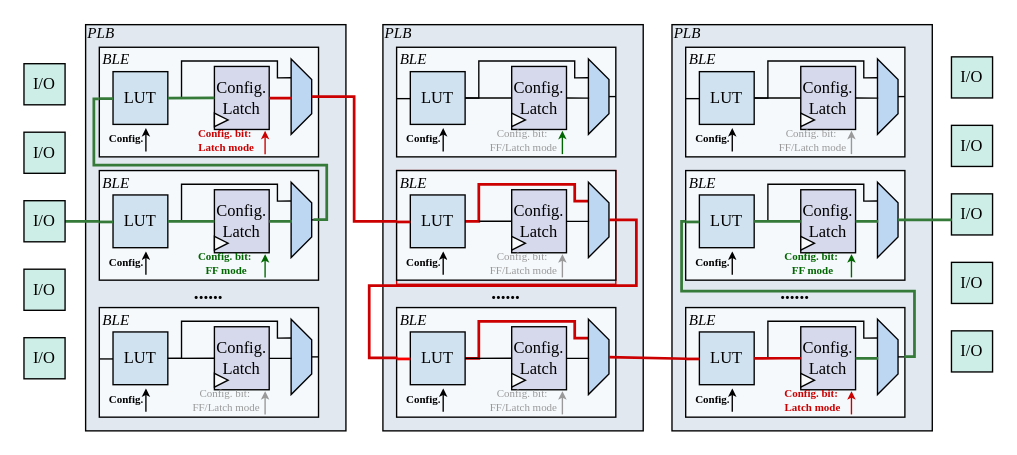
Before: CriticalPath.drawio in kxzhu0505/TIRL, a draw.io diagram. Source tidied: cells renumbered, new cells numbered last; positions are measured from the earlier drawing's top-left corner, leaving out a move shared by most shapes. Both pictures are drawn from the tidied source at 137%, with x=0, y=0 at pixel (23, 25).
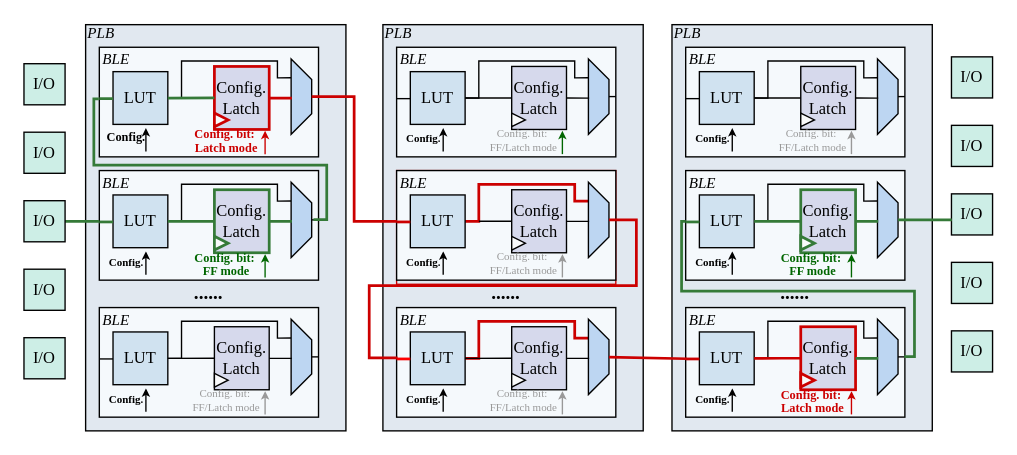
The same page after the edit.

The change refers to these unchanged cells:
```xml
<mxCell id="2" style="group;" parent="1" vertex="1">
  <mxGeometry x="55" y="16" width="180" height="280" as="geometry" />
</mxCell>
<mxCell id="21" style="group;" parent="1" vertex="1">
  <mxGeometry x="55" y="106" width="160" height="83" as="geometry" />
</mxCell>
<mxCell id="122" style="group;" parent="1" vertex="1">
  <mxGeometry x="483" y="106" width="160" height="83" as="geometry" />
</mxCell>
<mxCell id="138" style="group;" parent="1" vertex="1">
  <mxGeometry x="483" y="206" width="160" height="83" as="geometry" />
</mxCell>
```

What changed in the source:
```diff
@@
-    <mxCell id="7" value="&lt;font face=&quot;Times New Roman&quot;&gt;Config.&lt;/font&gt;&lt;div&gt;&lt;font face=&quot;Times New Roman&quot;&gt;Latch&lt;/font&gt;&lt;/div&gt;" style="rounded=0;whiteSpace=wrap;html=1;fillColor=#D6D9EC;" parent="2" vertex="1">
+    <mxCell id="7" value="&lt;font face=&quot;Times New Roman&quot;&gt;Config.&lt;/font&gt;&lt;div&gt;&lt;font face=&quot;Times New Roman&quot;&gt;Latch&lt;/font&gt;&lt;/div&gt;" style="rounded=0;whiteSpace=wrap;html=1;fillColor=#D6D9EC;strokeColor=#CC0000;strokeWidth=2;" parent="2" vertex="1">
       <mxGeometry x="84" y="14" width="40" height="46" as="geometry" />
     </mxCell>
@@
-    <mxCell id="11" style="triangle;whiteSpace=wrap;html=1;strokeWidth=1;fillColor=light-dark(#f9fafb, #1d293b);strokeColor=#000000;fontFamily=Times New Roman;" parent="2" vertex="1">
+    <mxCell id="11" style="triangle;whiteSpace=wrap;html=1;strokeWidth=2;fillColor=light-dark(#f9fafb, #1d293b);strokeColor=#CC0000;fontFamily=Times New Roman;" parent="2" vertex="1">
       <mxGeometry x="84" y="48" width="10" height="10" as="geometry" />
     </mxCell>
@@
-    <mxCell id="13" value="&lt;div style=&quot;line-height: 80%;&quot;&gt;&lt;font face=&quot;Times New Roman&quot; style=&quot;line-height: 80%; font-size: 8px; color: rgb(204, 0, 0);&quot;&gt;&lt;b style=&quot;&quot;&gt;Config. bit:&amp;nbsp;&lt;/b&gt;&lt;/font&gt;&lt;div&gt;&lt;span style=&quot;font-family: &amp;quot;Times New Roman&amp;quot;; background-color: transparent; line-height: 80%;&quot;&gt;&lt;font style=&quot;font-size: 8px; color: rgb(204, 0, 0);&quot;&gt;&lt;b style=&quot;&quot;&gt;Latch mode&lt;/b&gt;&lt;/font&gt;&lt;/span&gt;&lt;/div&gt;&lt;/div&gt;" style="text;html=1;align=center;verticalAlign=middle;whiteSpace=wrap;rounded=0;" parent="2" vertex="1">
-      <mxGeometry x="53" y="53" width="80" height="30" as="geometry" />
+    <mxCell id="13" value="&lt;div style=&quot;line-height: 80%;&quot;&gt;&lt;font face=&quot;Times New Roman&quot; style=&quot;line-height: 80%; color: rgb(204, 0, 0); font-size: 9px;&quot;&gt;&lt;b style=&quot;&quot;&gt;Config. bit:&amp;nbsp;&lt;/b&gt;&lt;/font&gt;&lt;div&gt;&lt;span style=&quot;font-family: &amp;quot;Times New Roman&amp;quot;; background-color: transparent; line-height: 80%;&quot;&gt;&lt;font style=&quot;color: rgb(204, 0, 0); font-size: 9px;&quot;&gt;&lt;b style=&quot;&quot;&gt;Latch mode&lt;/b&gt;&lt;/font&gt;&lt;/span&gt;&lt;/div&gt;&lt;/div&gt;" style="text;html=1;align=center;verticalAlign=middle;whiteSpace=wrap;rounded=0;" parent="2" vertex="1">
+      <mxGeometry x="53" y="54" width="80" height="30" as="geometry" />
     </mxCell>
@@
-    <mxCell id="15" value="&lt;div style=&quot;line-height: 80%;&quot;&gt;&lt;font face=&quot;Times New Roman&quot; style=&quot;line-height: 80%; font-size: 8px;&quot;&gt;&lt;font style=&quot;color: rgb(0, 0, 0);&quot;&gt;&lt;b&gt;Config.&amp;nbsp;&lt;/b&gt;&lt;/font&gt;&lt;br&gt;&lt;/font&gt;&lt;/div&gt;" style="text;html=1;align=center;verticalAlign=middle;whiteSpace=wrap;rounded=0;" parent="2" vertex="1">
+    <mxCell id="15" value="&lt;div style=&quot;line-height: 80%;&quot;&gt;&lt;font face=&quot;Times New Roman&quot; style=&quot;line-height: 80%;&quot;&gt;&lt;font style=&quot;color: rgb(0, 0, 0); font-size: 9px;&quot;&gt;&lt;b style=&quot;&quot;&gt;Config.&amp;nbsp;&lt;/b&gt;&lt;/font&gt;&lt;br&gt;&lt;/font&gt;&lt;/div&gt;" style="text;html=1;align=center;verticalAlign=middle;whiteSpace=wrap;rounded=0;" parent="2" vertex="1">
       <mxGeometry x="1" y="56.2" width="40" height="20" as="geometry" />
     </mxCell>
@@
-    <mxCell id="25" value="&lt;font face=&quot;Times New Roman&quot;&gt;Config.&lt;/font&gt;&lt;div&gt;&lt;font face=&quot;Times New Roman&quot;&gt;Latch&lt;/font&gt;&lt;/div&gt;" style="rounded=0;whiteSpace=wrap;html=1;fillColor=#D6D9EC;" parent="21" vertex="1">
+    <mxCell id="25" value="&lt;font face=&quot;Times New Roman&quot;&gt;Config.&lt;/font&gt;&lt;div&gt;&lt;font face=&quot;Times New Roman&quot;&gt;Latch&lt;/font&gt;&lt;/div&gt;" style="rounded=0;whiteSpace=wrap;html=1;fillColor=#D6D9EC;strokeWidth=2;strokeColor=#357A38;" parent="21" vertex="1">
       <mxGeometry x="84" y="14" width="40" height="46" as="geometry" />
     </mxCell>
@@
-    <mxCell id="29" style="triangle;whiteSpace=wrap;html=1;strokeWidth=1;fillColor=light-dark(#f9fafb, #1d293b);strokeColor=#000000;fontFamily=Times New Roman;" parent="21" vertex="1">
+    <mxCell id="29" style="triangle;whiteSpace=wrap;html=1;strokeWidth=2;fillColor=light-dark(#f9fafb, #1d293b);strokeColor=#357A38;fontFamily=Times New Roman;" parent="21" vertex="1">
       <mxGeometry x="84" y="48" width="10" height="10" as="geometry" />
     </mxCell>
@@
-    <mxCell id="31" value="&lt;div style=&quot;line-height: 80%;&quot;&gt;&lt;font face=&quot;Times New Roman&quot; style=&quot;line-height: 80%; font-size: 8px; color: rgb(0, 102, 0);&quot;&gt;&lt;b&gt;Config. bit:&amp;nbsp;&lt;/b&gt;&lt;/font&gt;&lt;div&gt;&lt;span style=&quot;font-family: &amp;quot;Times New Roman&amp;quot;; background-color: transparent; line-height: 80%;&quot;&gt;&lt;font style=&quot;font-size: 8px; color: rgb(0, 102, 0);&quot;&gt;&lt;b&gt;FF mode&lt;/b&gt;&lt;/font&gt;&lt;/span&gt;&lt;/div&gt;&lt;/div&gt;" style="text;html=1;align=center;verticalAlign=middle;whiteSpace=wrap;rounded=0;" parent="21" vertex="1">
-      <mxGeometry x="53" y="53" width="80" height="30" as="geometry" />
+    <mxCell id="31" value="&lt;div style=&quot;line-height: 80%;&quot;&gt;&lt;font face=&quot;Times New Roman&quot; style=&quot;line-height: 80%; color: rgb(0, 102, 0); font-size: 9px;&quot;&gt;&lt;b style=&quot;&quot;&gt;Config. bit:&amp;nbsp;&lt;/b&gt;&lt;/font&gt;&lt;div&gt;&lt;span style=&quot;font-family: &amp;quot;Times New Roman&amp;quot;; background-color: transparent; line-height: 80%;&quot;&gt;&lt;font style=&quot;color: rgb(0, 102, 0); font-size: 9px;&quot;&gt;&lt;b style=&quot;&quot;&gt;FF mode&lt;/b&gt;&lt;/font&gt;&lt;/span&gt;&lt;/div&gt;&lt;/div&gt;" style="text;html=1;align=center;verticalAlign=middle;whiteSpace=wrap;rounded=0;" parent="21" vertex="1">
+      <mxGeometry x="53" y="54" width="80" height="30" as="geometry" />
     </mxCell>
@@
-    <mxCell id="126" value="&lt;font face=&quot;Times New Roman&quot;&gt;Config.&lt;/font&gt;&lt;div&gt;&lt;font face=&quot;Times New Roman&quot;&gt;Latch&lt;/font&gt;&lt;/div&gt;" style="rounded=0;whiteSpace=wrap;html=1;fillColor=#D6D9EC;" parent="122" vertex="1">
+    <mxCell id="126" value="&lt;font face=&quot;Times New Roman&quot;&gt;Config.&lt;/font&gt;&lt;div&gt;&lt;font face=&quot;Times New Roman&quot;&gt;Latch&lt;/font&gt;&lt;/div&gt;" style="rounded=0;whiteSpace=wrap;html=1;fillColor=#D6D9EC;strokeWidth=2;strokeColor=#357A38;" parent="122" vertex="1">
       <mxGeometry x="84" y="14" width="40" height="46" as="geometry" />
     </mxCell>
@@
-    <mxCell id="130" style="triangle;whiteSpace=wrap;html=1;strokeWidth=1;fillColor=light-dark(#f9fafb, #1d293b);strokeColor=#000000;fontFamily=Times New Roman;" parent="122" vertex="1">
+    <mxCell id="130" style="triangle;whiteSpace=wrap;html=1;strokeWidth=2;fillColor=light-dark(#f9fafb, #1d293b);strokeColor=#357A38;fontFamily=Times New Roman;" parent="122" vertex="1">
       <mxGeometry x="84" y="48" width="10" height="10" as="geometry" />
     </mxCell>
@@
-    <mxCell id="132" value="&lt;div style=&quot;line-height: 80%;&quot;&gt;&lt;font face=&quot;Times New Roman&quot; style=&quot;line-height: 80%; font-size: 8px; color: rgb(0, 102, 0);&quot;&gt;&lt;b&gt;Config. bit:&amp;nbsp;&lt;/b&gt;&lt;/font&gt;&lt;div&gt;&lt;span style=&quot;font-family: &amp;quot;Times New Roman&amp;quot;; background-color: transparent; line-height: 80%;&quot;&gt;&lt;font style=&quot;font-size: 8px; color: rgb(0, 102, 0);&quot;&gt;&lt;b&gt;FF mode&lt;/b&gt;&lt;/font&gt;&lt;/span&gt;&lt;/div&gt;&lt;/div&gt;" style="text;html=1;align=center;verticalAlign=middle;whiteSpace=wrap;rounded=0;" parent="122" vertex="1">
-      <mxGeometry x="53" y="53" width="80" height="30" as="geometry" />
+    <mxCell id="132" value="&lt;div style=&quot;line-height: 80%;&quot;&gt;&lt;font face=&quot;Times New Roman&quot; style=&quot;line-height: 80%; color: rgb(0, 102, 0); font-size: 9px;&quot;&gt;&lt;b style=&quot;&quot;&gt;Config. bit:&amp;nbsp;&lt;/b&gt;&lt;/font&gt;&lt;div&gt;&lt;span style=&quot;font-family: &amp;quot;Times New Roman&amp;quot;; background-color: transparent; line-height: 80%;&quot;&gt;&lt;font style=&quot;color: rgb(0, 102, 0); font-size: 9px;&quot;&gt;&lt;b style=&quot;&quot;&gt;FF mode&lt;/b&gt;&lt;/font&gt;&lt;/span&gt;&lt;/div&gt;&lt;/div&gt;" style="text;html=1;align=center;verticalAlign=middle;whiteSpace=wrap;rounded=0;" parent="122" vertex="1">
+      <mxGeometry x="53" y="54" width="80" height="30" as="geometry" />
     </mxCell>
@@
-    <mxCell id="142" value="&lt;font face=&quot;Times New Roman&quot;&gt;Config.&lt;/font&gt;&lt;div&gt;&lt;font face=&quot;Times New Roman&quot;&gt;Latch&lt;/font&gt;&lt;/div&gt;" style="rounded=0;whiteSpace=wrap;html=1;fillColor=#D6D9EC;" parent="138" vertex="1">
+    <mxCell id="142" value="&lt;font face=&quot;Times New Roman&quot;&gt;Config.&lt;/font&gt;&lt;div&gt;&lt;font face=&quot;Times New Roman&quot;&gt;Latch&lt;/font&gt;&lt;/div&gt;" style="rounded=0;whiteSpace=wrap;html=1;fillColor=#D6D9EC;strokeWidth=2;strokeColor=#CC0000;" parent="138" vertex="1">
       <mxGeometry x="84" y="14" width="40" height="46" as="geometry" />
     </mxCell>
@@
-    <mxCell id="146" style="triangle;whiteSpace=wrap;html=1;strokeWidth=1;fillColor=light-dark(#f9fafb, #1d293b);strokeColor=#000000;fontFamily=Times New Roman;" parent="138" vertex="1">
+    <mxCell id="146" style="triangle;whiteSpace=wrap;html=1;strokeWidth=2;fillColor=light-dark(#f9fafb, #1d293b);strokeColor=#CC0000;fontFamily=Times New Roman;" parent="138" vertex="1">
       <mxGeometry x="84" y="48" width="10" height="10" as="geometry" />
     </mxCell>
@@
-    <mxCell id="148" value="&lt;div style=&quot;line-height: 80%;&quot;&gt;&lt;font face=&quot;Times New Roman&quot; style=&quot;line-height: 80%; font-size: 8px; color: rgb(204, 0, 0);&quot;&gt;&lt;b&gt;Config. bit:&amp;nbsp;&lt;/b&gt;&lt;/font&gt;&lt;div&gt;&lt;span style=&quot;font-family: &amp;quot;Times New Roman&amp;quot;; background-color: transparent; line-height: 80%;&quot;&gt;&lt;font style=&quot;font-size: 8px; color: rgb(204, 0, 0);&quot;&gt;&lt;b&gt;Latch mode&lt;/b&gt;&lt;/font&gt;&lt;/span&gt;&lt;/div&gt;&lt;/div&gt;" style="text;html=1;align=center;verticalAlign=middle;whiteSpace=wrap;rounded=0;" parent="138" vertex="1">
-      <mxGeometry x="53" y="53" width="80" height="30" as="geometry" />
+    <mxCell id="148" value="&lt;div style=&quot;line-height: 80%;&quot;&gt;&lt;font face=&quot;Times New Roman&quot; style=&quot;line-height: 80%; color: rgb(204, 0, 0); font-size: 9px;&quot;&gt;&lt;b style=&quot;&quot;&gt;Config. bit:&amp;nbsp;&lt;/b&gt;&lt;/font&gt;&lt;div&gt;&lt;span style=&quot;font-family: &amp;quot;Times New Roman&amp;quot;; background-color: transparent; line-height: 80%;&quot;&gt;&lt;font style=&quot;color: rgb(204, 0, 0); font-size: 9px;&quot;&gt;&lt;b style=&quot;&quot;&gt;Latch mode&lt;/b&gt;&lt;/font&gt;&lt;/span&gt;&lt;/div&gt;&lt;/div&gt;" style="text;html=1;align=center;verticalAlign=middle;whiteSpace=wrap;rounded=0;" parent="138" vertex="1">
+      <mxGeometry x="53" y="54" width="80" height="30" as="geometry" />
     </mxCell>
```
